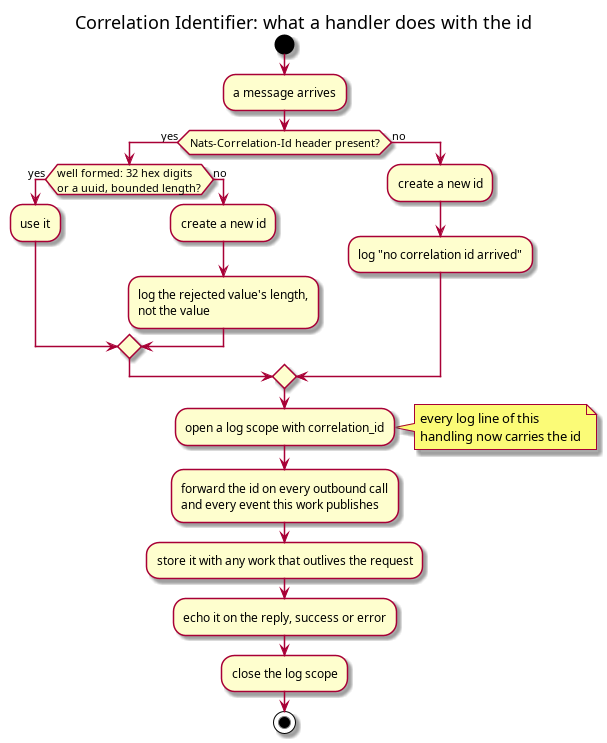
The PlantUML diagram doc/knowledge/service_architecture_patterns/pattern_correlation_identifier_handler.png in OreStudio/OreStudio, before a commit. Its source is kept beside it as doc/knowledge/service_architecture_patterns/pattern_correlation_identifier_handler.puml. The source it was exported from:
```plantuml
@startuml

title Correlation Identifier: what a handler does with the id

start
:a message arrives;
if (Nats-Correlation-Id header present?) then (yes)
  if (well formed: 32 hex digits\nor a uuid, bounded length?) then (yes)
    :use it;
  else (no)
    :create a new id;
    :log the rejected value's length,\nnot the value;
  endif
else (no)
  :create a new id;
  :log "no correlation id arrived";
endif
:open a log scope with correlation_id;
note right: every log line of this\nhandling now carries the id
:forward the id on every outbound call\nand every event this work publishes;
:store it with any work that outlives the request;
:echo it on the reply, success or error;
:close the log scope;
stop
@enduml
```
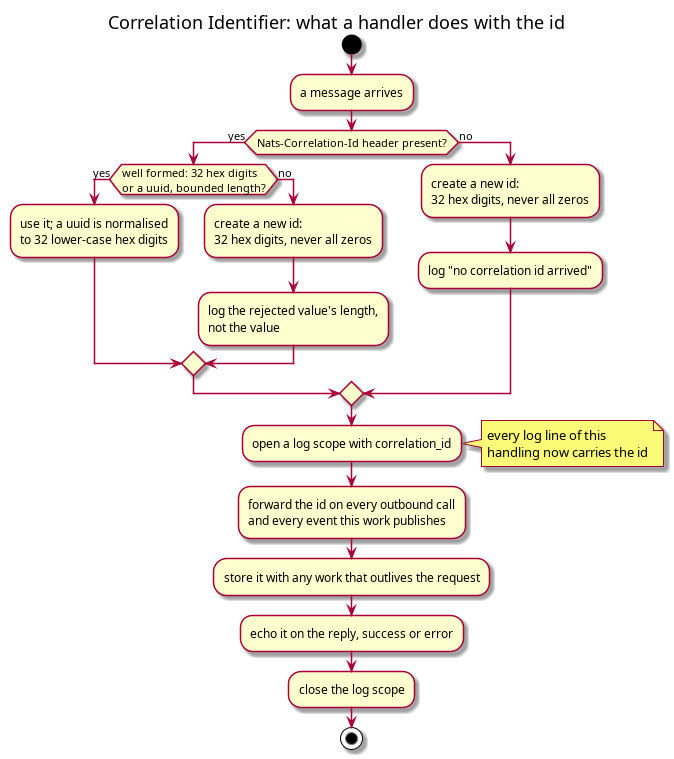
The same diagram one commit later.

The edit, as a diff of the source:
```diff
@@ -6,13 +6,13 @@
 :a message arrives;
 if (Nats-Correlation-Id header present?) then (yes)
   if (well formed: 32 hex digits\nor a uuid, bounded length?) then (yes)
-    :use it;
+    :use it; a uuid is normalised\nto 32 lower-case hex digits;
   else (no)
-    :create a new id;
+    :create a new id:\n32 hex digits, never all zeros;
     :log the rejected value's length,\nnot the value;
   endif
 else (no)
-  :create a new id;
+  :create a new id:\n32 hex digits, never all zeros;
   :log "no correlation id arrived";
 endif
 :open a log scope with correlation_id;
```
